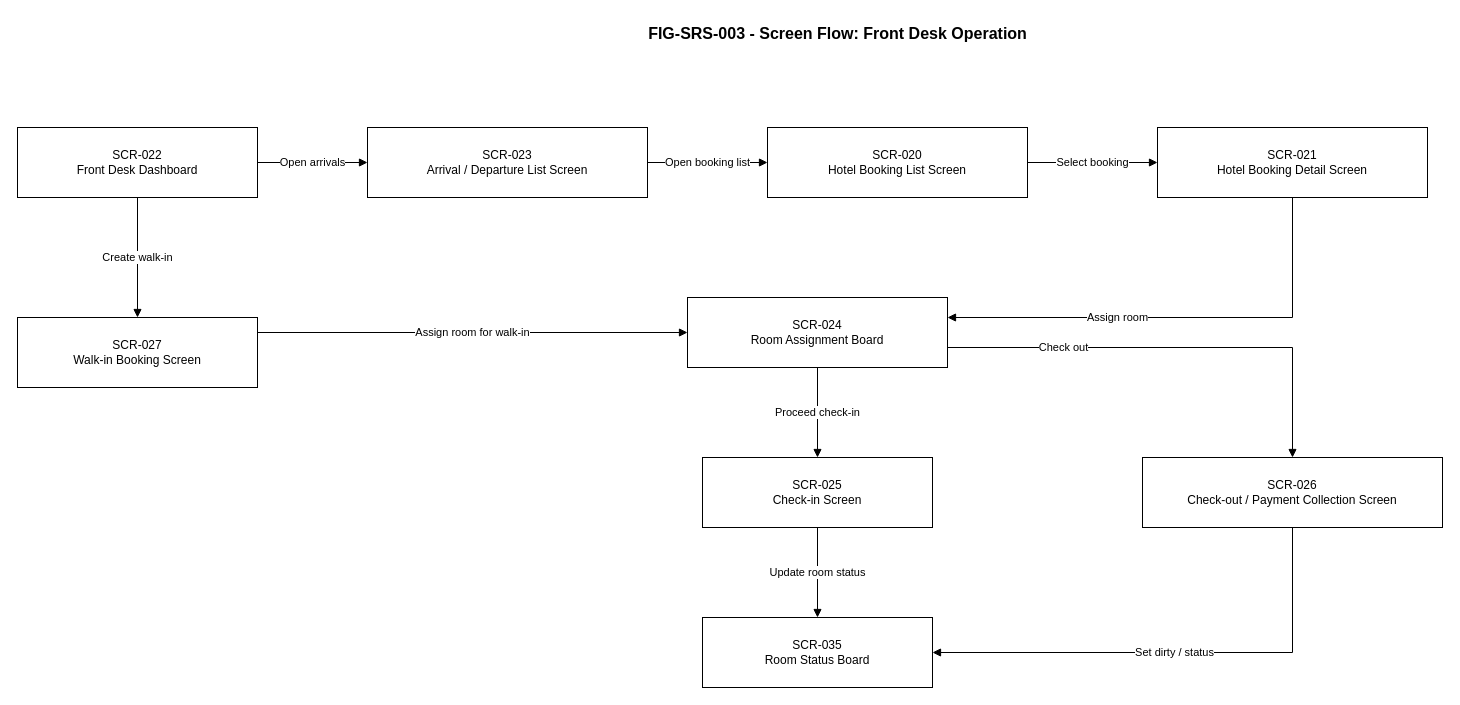
Earlier version of the draw.io diagram diagrams/drawio/FIG-SRS-003_screen_flow_front_desk_operation.drawio (thaideptrai218/hotel-management-system-srs). Source tidied: cells renumbered, new cells numbered last; positions are measured from the earlier drawing's top-left corner, leaving out a move shared by most shapes. Both pictures are drawn from the tidied source at 100%, with x=0, y=0 at pixel (17, 17).
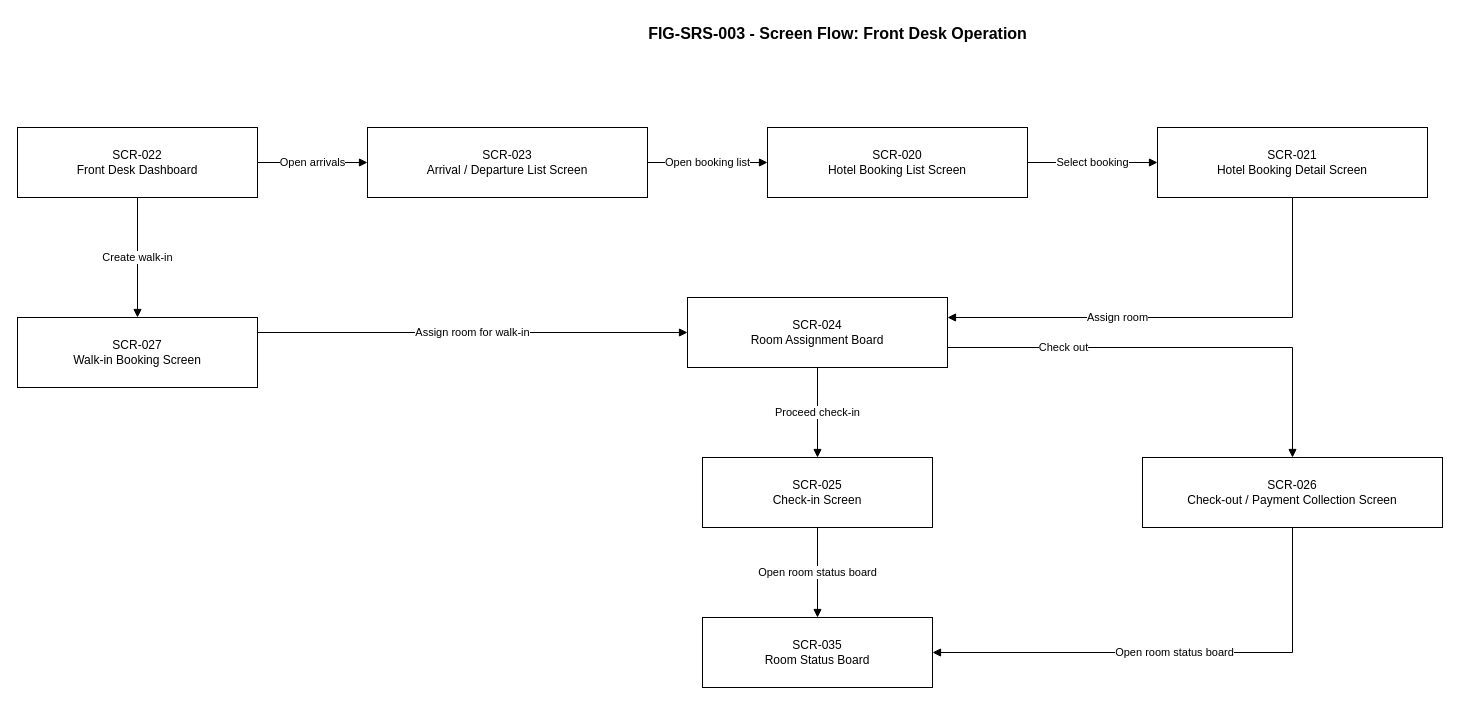
Above is the later version.

The change refers to these unchanged cells:
```xml
<mxCell id="7" value="SCR-025&#10;Check-in Screen" style="rounded=0;whiteSpace=wrap;html=1;fontSize=12;" parent="1" vertex="1">
  <mxGeometry x="685" y="440" width="230" height="70" as="geometry" />
</mxCell>
<mxCell id="8" value="SCR-026&#10;Check-out / Payment Collection Screen" style="rounded=0;whiteSpace=wrap;html=1;fontSize=12;" parent="1" vertex="1">
  <mxGeometry x="1125" y="440" width="300" height="70" as="geometry" />
</mxCell>
<mxCell id="10" value="SCR-035&#10;Room Status Board" style="rounded=0;whiteSpace=wrap;html=1;fontSize=12;" parent="1" vertex="1">
  <mxGeometry x="685" y="600" width="230" height="70" as="geometry" />
</mxCell>
```

What changed in the source:
```diff
@@
-    <mxCell id="18" value="Update room status" style="endArrow=block;html=1;rounded=0;fontSize=11;" parent="1" edge="1" source="7" target="10">
+    <mxCell id="18" value="Open room status board" style="endArrow=block;html=1;rounded=0;fontSize=11;labelBackgroundColor=#ffffff;" parent="1" edge="1" source="7" target="10">
       <mxGeometry relative="1" as="geometry" />
     </mxCell>
-    <mxCell id="19" value="Set dirty / status" style="endArrow=block;html=1;rounded=0;fontSize=11;edgeStyle=orthogonalEdgeStyle;" parent="1" edge="1" source="8" target="10">
+    <mxCell id="19" value="Open room status board" style="endArrow=block;html=1;rounded=0;fontSize=11;edgeStyle=orthogonalEdgeStyle;labelBackgroundColor=#ffffff;" parent="1" edge="1" source="8" target="10">
       <mxGeometry relative="1" as="geometry">
         <Array as="points">
           <mxPoint x="1275" y="635" />
         </Array>
       </mxGeometry>
     </mxCell>
```
